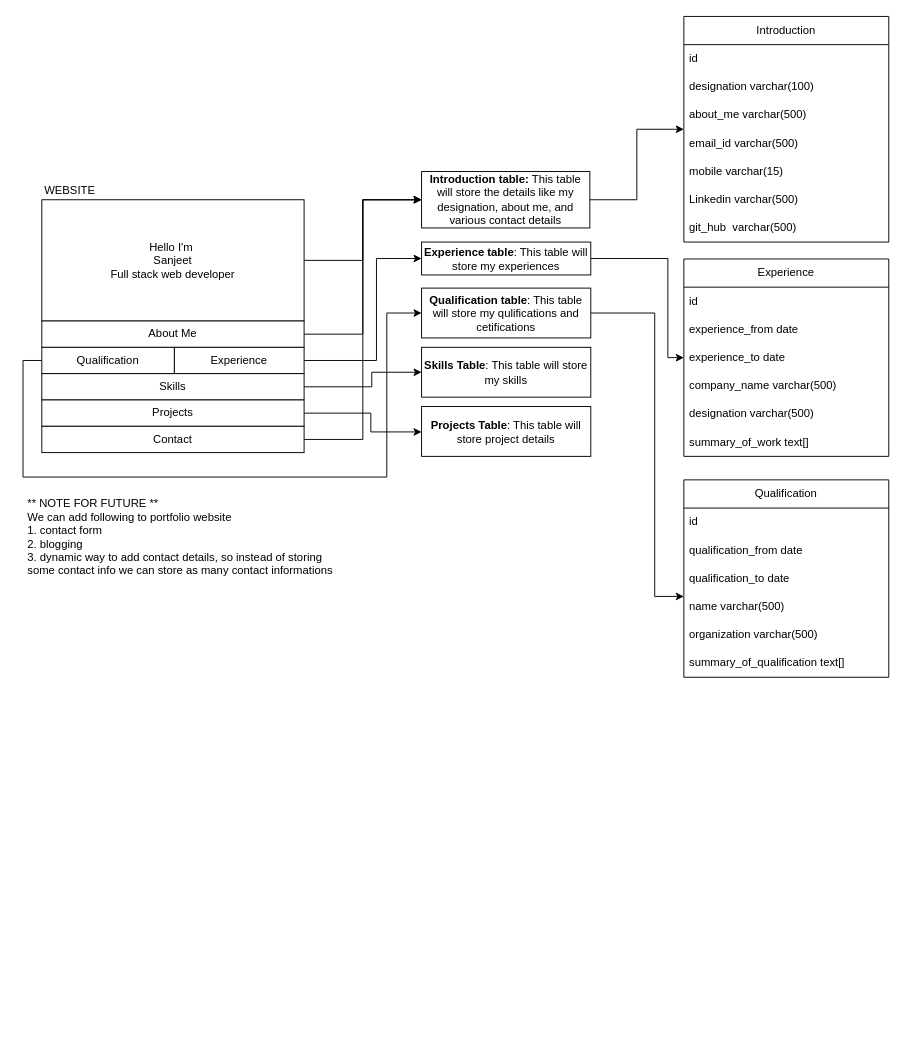
SanjeetDutt/Designs keeps this draw.io diagram as Untitled Diagram.drawio. Above is the earlier version. Source tidied: cells renumbered, new cells numbered last; positions are measured from the earlier drawing's top-left corner, leaving out a move shared by most shapes. Both pictures are drawn from the tidied source at 94%, with x=0, y=0 at pixel (23, 16).
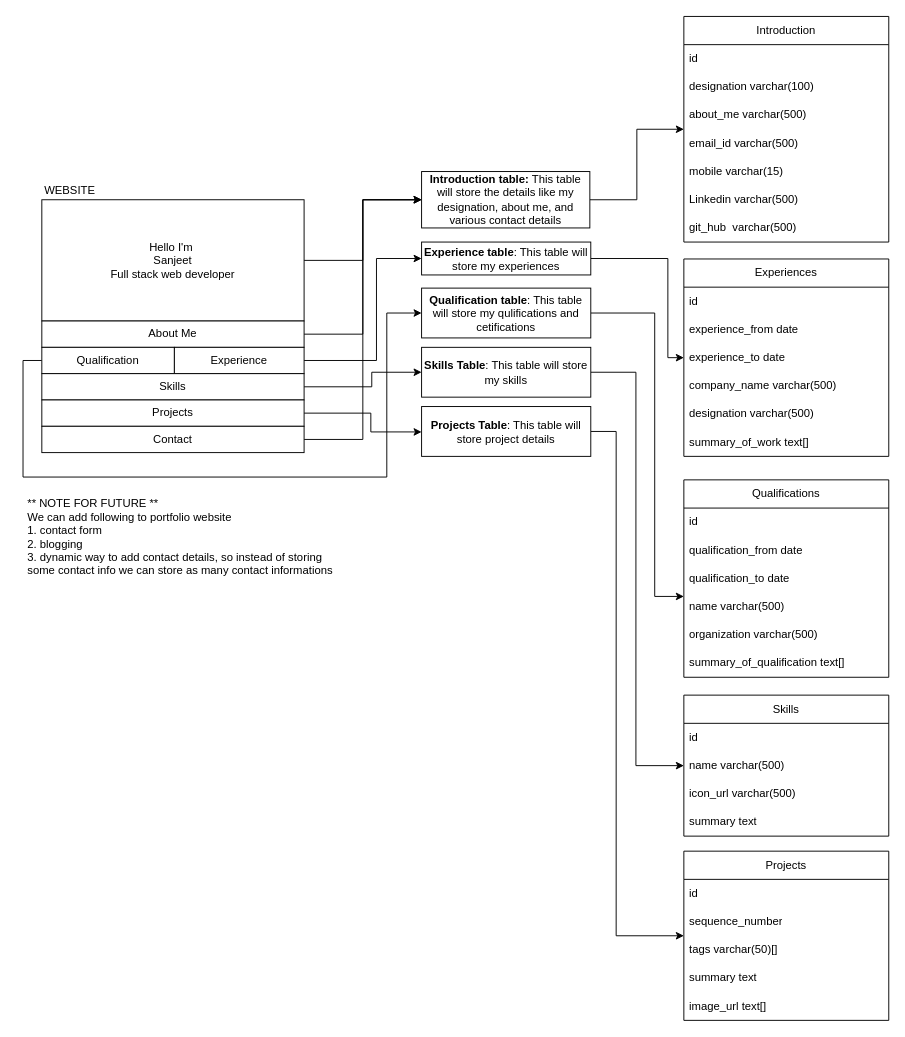
The same page after the edit.

Commit message:
Completed the table identification and their properties

The change refers to these unchanged cells:
```xml
<mxCell id="23" value="&lt;b&gt;Skills Table&lt;/b&gt;: This table will store my skills" style="whiteSpace=wrap;html=1;rounded=0;" parent="1" vertex="1">
  <mxGeometry x="424" y="352" width="180" height="53" as="geometry" />
</mxCell>
<mxCell id="24" value="&lt;b&gt;Projects Table&lt;/b&gt;: This table will store project details" style="whiteSpace=wrap;html=1;rounded=0;" parent="1" vertex="1">
  <mxGeometry x="424" y="415" width="180" height="53" as="geometry" />
</mxCell>
```

Change to the diagram source:
```diff
@@
+    <mxCell id="48" style="edgeStyle=orthogonalEdgeStyle;rounded=0;jettySize=auto;html=1;" parent="1" edge="1" source="23" target="50">
+      <mxGeometry relative="1" as="geometry">
+        <Array as="points">
+          <mxPoint x="652" y="378" />
+          <mxPoint x="652" y="797" />
+        </Array>
+      </mxGeometry>
+    </mxCell>
@@
+    <mxCell id="49" style="edgeStyle=orthogonalEdgeStyle;rounded=0;jettySize=auto;html=1;" parent="1" edge="1" source="24" target="55">
+      <mxGeometry relative="1" as="geometry">
+        <Array as="points">
+          <mxPoint x="631" y="442" />
+          <mxPoint x="631" y="978" />
+        </Array>
+      </mxGeometry>
+    </mxCell>
@@
-    <mxCell id="34" value="Experience" style="swimlane;fontStyle=0;horizontal=1;startSize=30;whiteSpace=wrap;html=1;" parent="1" vertex="1">
+    <mxCell id="34" value="Experiences" style="swimlane;fontStyle=0;horizontal=1;startSize=30;whiteSpace=wrap;html=1;" parent="1" vertex="1">
       <mxGeometry x="703" y="258" width="218" height="210" as="geometry" />
     </mxCell>
@@
-    <mxCell id="41" value="Qualification" style="swimlane;fontStyle=0;horizontal=1;startSize=30;whiteSpace=wrap;html=1;" parent="1" vertex="1">
+    <mxCell id="41" value="Qualifications" style="swimlane;fontStyle=0;horizontal=1;startSize=30;whiteSpace=wrap;html=1;" parent="1" vertex="1">
       <mxGeometry x="703" y="493" width="218" height="210" as="geometry" />
     </mxCell>
@@
+    <mxCell id="50" value="Skills" style="swimlane;fontStyle=0;horizontal=1;startSize=30;whiteSpace=wrap;html=1;" parent="1" vertex="1">
+      <mxGeometry x="703" y="722" width="218" height="150" as="geometry" />
+    </mxCell>
+    <mxCell id="51" value="id&lt;br&gt;" style="text;strokeColor=none;fillColor=none;align=left;verticalAlign=middle;spacingLeft=4;spacingRight=4;overflow=hidden;whiteSpace=wrap;html=1;" parent="50" vertex="1">
+      <mxGeometry y="30" width="218" height="30" as="geometry" />
+    </mxCell>
+    <mxCell id="52" value="name varchar(500)" style="text;strokeColor=none;fillColor=none;align=left;verticalAlign=middle;spacingLeft=4;spacingRight=4;overflow=hidden;whiteSpace=wrap;html=1;" parent="50" vertex="1">
+      <mxGeometry y="60" width="218" height="30" as="geometry" />
+    </mxCell>
+    <mxCell id="53" value="icon_url varchar(500)" style="text;strokeColor=none;fillColor=none;align=left;verticalAlign=middle;spacingLeft=4;spacingRight=4;overflow=hidden;whiteSpace=wrap;html=1;" parent="50" vertex="1">
+      <mxGeometry y="90" width="218" height="30" as="geometry" />
+    </mxCell>
+    <mxCell id="54" value="summary text" style="text;strokeColor=none;fillColor=none;align=left;verticalAlign=middle;spacingLeft=4;spacingRight=4;overflow=hidden;whiteSpace=wrap;html=1;" parent="50" vertex="1">
+      <mxGeometry y="120" width="218" height="30" as="geometry" />
+    </mxCell>
+    <mxCell id="55" value="Projects" style="swimlane;fontStyle=0;horizontal=1;startSize=30;whiteSpace=wrap;html=1;" parent="1" vertex="1">
+      <mxGeometry x="703" y="888" width="218" height="180" as="geometry" />
+    </mxCell>
+    <mxCell id="56" value="id&lt;br&gt;" style="text;strokeColor=none;fillColor=none;align=left;verticalAlign=middle;spacingLeft=4;spacingRight=4;overflow=hidden;whiteSpace=wrap;html=1;" parent="55" vertex="1">
+      <mxGeometry y="30" width="218" height="30" as="geometry" />
+    </mxCell>
+    <mxCell id="57" value="sequence_number" style="text;strokeColor=none;fillColor=none;align=left;verticalAlign=middle;spacingLeft=4;spacingRight=4;overflow=hidden;whiteSpace=wrap;html=1;" parent="55" vertex="1">
+      <mxGeometry y="60" width="218" height="30" as="geometry" />
+    </mxCell>
+    <mxCell id="58" value="tags varchar(50)[]" style="text;strokeColor=none;fillColor=none;align=left;verticalAlign=middle;spacingLeft=4;spacingRight=4;overflow=hidden;whiteSpace=wrap;html=1;" parent="55" vertex="1">
+      <mxGeometry y="90" width="218" height="30" as="geometry" />
+    </mxCell>
+    <mxCell id="59" value="summary text" style="text;strokeColor=none;fillColor=none;align=left;verticalAlign=middle;spacingLeft=4;spacingRight=4;overflow=hidden;whiteSpace=wrap;html=1;" parent="55" vertex="1">
+      <mxGeometry y="120" width="218" height="30" as="geometry" />
+    </mxCell>
+    <mxCell id="60" value="image_url text[]" style="text;strokeColor=none;fillColor=none;align=left;verticalAlign=middle;spacingLeft=4;spacingRight=4;overflow=hidden;whiteSpace=wrap;html=1;" parent="55" vertex="1">
+      <mxGeometry y="150" width="218" height="30" as="geometry" />
+    </mxCell>
```
